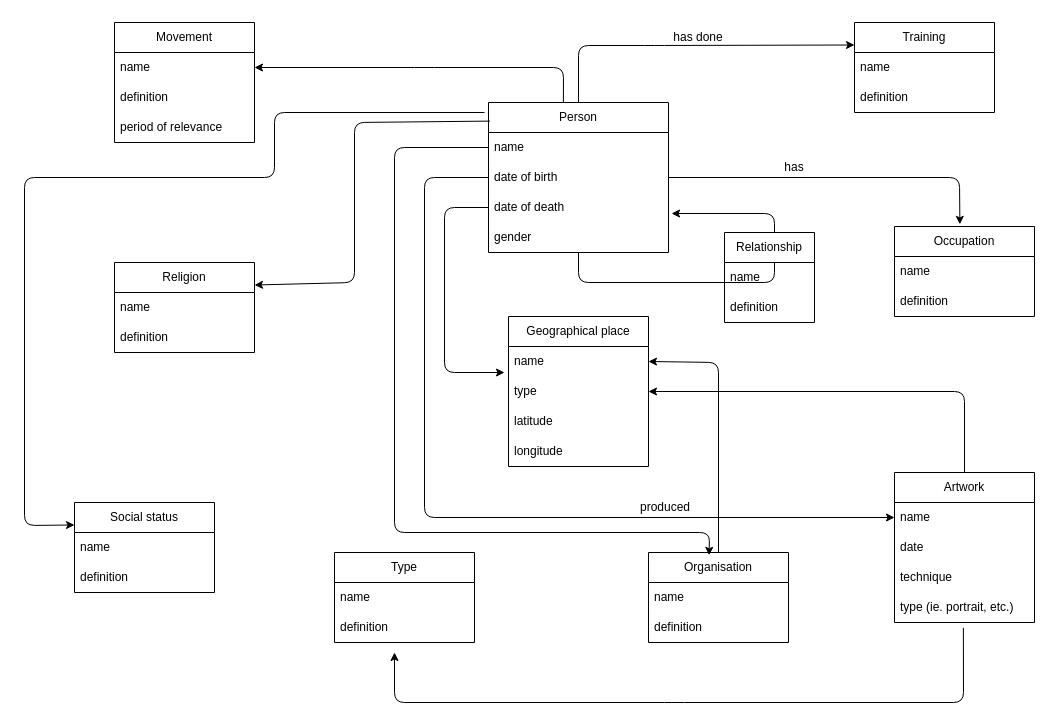
Earlier version of the draw.io diagram test_MCD.drawio (murronj/peintres_17e). Source tidied: cells renumbered, new cells numbered last; positions are measured from the earlier drawing's top-left corner, leaving out a move shared by most shapes. Both pictures are drawn from the tidied source at 100%, with x=0, y=0 at pixel (24, 22).
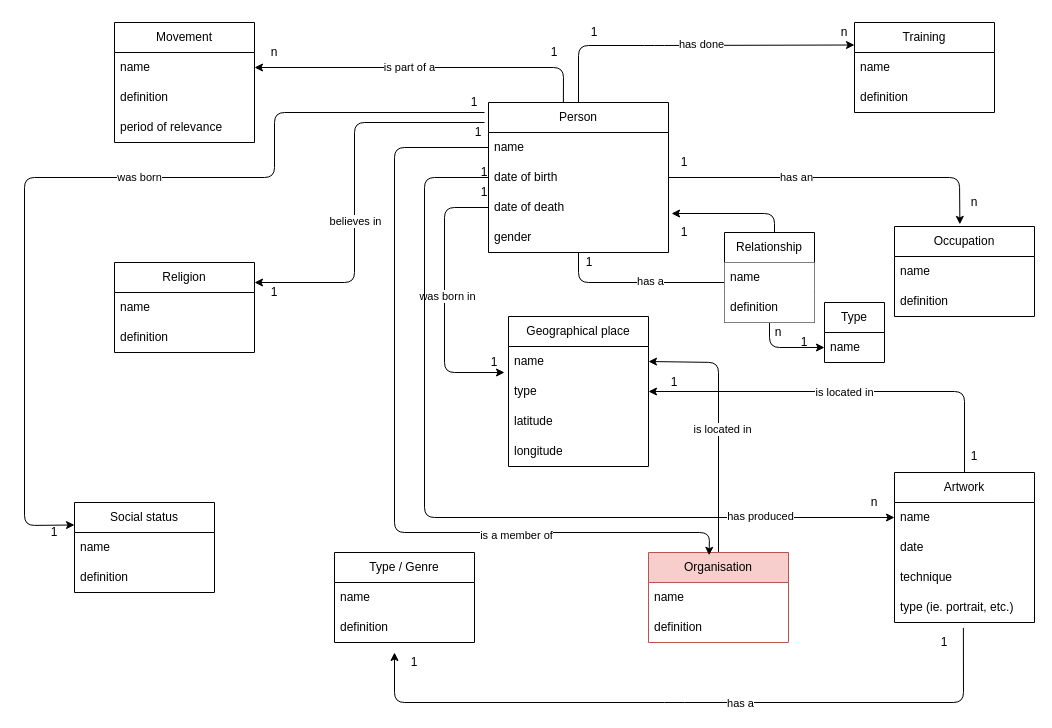
After the change.

Commit message (it also covers changes not shown here):
Modification du MCD and de la documentation du MCD

Unchanged cells that the change refers to:
```xml
<mxCell id="2" style="edgeStyle=none;html=1;entryX=0;entryY=0.25;entryDx=0;entryDy=0;" parent="1" edge="1" source="5" target="18">
  <mxGeometry relative="1" as="geometry">
    <Array as="points">
      <mxPoint x="554" y="23" />
      <mxPoint x="630" y="23" />
    </Array>
  </mxGeometry>
</mxCell>
<mxCell id="3" style="edgeStyle=none;html=1;entryX=1;entryY=0.5;entryDx=0;entryDy=0;exitX=0.416;exitY=-0.003;exitDx=0;exitDy=0;exitPerimeter=0;" parent="1" edge="1" source="5" target="25">
  <mxGeometry relative="1" as="geometry">
    <Array as="points">
      <mxPoint x="539" y="45" />
      <mxPoint x="400" y="45" />
    </Array>
  </mxGeometry>
</mxCell>
<mxCell id="4" style="edgeStyle=none;html=1;entryX=0;entryY=0.25;entryDx=0;entryDy=0;" parent="1" edge="1" target="21">
  <mxGeometry relative="1" as="geometry">
    <mxPoint x="460" y="90" as="sourcePoint" />
    <Array as="points">
      <mxPoint x="250" y="90" />
      <mxPoint x="250" y="155" />
      <mxPoint y="155" />
      <mxPoint y="503" />
    </Array>
  </mxGeometry>
</mxCell>
<mxCell id="5" value="Person" style="swimlane;fontStyle=0;horizontal=1;startSize=30;whiteSpace=wrap;html=1;" parent="1" vertex="1">
  <mxGeometry x="464" y="80" width="180" height="150" as="geometry" />
</mxCell>
<mxCell id="6" value="name" style="text;strokeColor=none;fillColor=none;align=left;verticalAlign=middle;spacingLeft=4;spacingRight=4;overflow=hidden;points=[[0,0.5],[1,0.5]];portConstraint=eastwest;whiteSpace=wrap;html=1;" parent="5" vertex="1">
  <mxGeometry y="30" width="180" height="30" as="geometry" />
</mxCell>
<mxCell id="7" value="date of birth" style="text;strokeColor=none;fillColor=none;align=left;verticalAlign=middle;spacingLeft=4;spacingRight=4;overflow=hidden;points=[[0,0.5],[1,0.5]];portConstraint=eastwest;whiteSpace=wrap;html=1;" parent="5" vertex="1">
  <mxGeometry y="60" width="180" height="30" as="geometry" />
</mxCell>
<mxCell id="8" style="edgeStyle=none;html=1;" parent="5" edge="1" source="9">
  <mxGeometry relative="1" as="geometry">
    <mxPoint x="16" y="270" as="targetPoint" />
    <Array as="points">
      <mxPoint x="-44" y="105" />
      <mxPoint x="-44" y="270" />
    </Array>
  </mxGeometry>
</mxCell>
<mxCell id="11" style="edgeStyle=none;html=1;entryX=1.017;entryY=0.7;entryDx=0;entryDy=0;entryPerimeter=0;" parent="5" edge="1" source="5" target="9">
  <mxGeometry relative="1" as="geometry">
    <Array as="points">
      <mxPoint x="90" y="180" />
      <mxPoint x="286" y="180" />
      <mxPoint x="286" y="111" />
    </Array>
  </mxGeometry>
</mxCell>
<mxCell id="12" value="Religion" style="swimlane;fontStyle=0;horizontal=1;startSize=30;whiteSpace=wrap;html=1;" parent="1" vertex="1">
  <mxGeometry x="90" y="240" width="140" height="90" as="geometry" />
</mxCell>
<mxCell id="28" style="edgeStyle=none;html=1;exitX=0.492;exitY=1.178;exitDx=0;exitDy=0;exitPerimeter=0;" parent="1" edge="1" source="34">
  <mxGeometry relative="1" as="geometry">
    <mxPoint x="370" y="630" as="targetPoint" />
    <Array as="points">
      <mxPoint x="939" y="680" />
      <mxPoint x="650" y="680" />
      <mxPoint x="370" y="680" />
    </Array>
  </mxGeometry>
</mxCell>
<mxCell id="29" style="edgeStyle=none;html=1;entryX=1;entryY=0.5;entryDx=0;entryDy=0;" parent="1" edge="1" source="30" target="37">
  <mxGeometry relative="1" as="geometry">
    <Array as="points">
      <mxPoint x="940" y="369" />
    </Array>
  </mxGeometry>
</mxCell>
<mxCell id="31" value="name" style="text;strokeColor=none;fillColor=none;align=left;verticalAlign=middle;spacingLeft=4;spacingRight=4;overflow=hidden;points=[[0,0.5],[1,0.5]];portConstraint=eastwest;whiteSpace=wrap;html=1;" parent="30" vertex="1">
  <mxGeometry y="30" width="140" height="30" as="geometry" />
</mxCell>
<mxCell id="43" style="edgeStyle=none;html=1;entryX=1;entryY=0.5;entryDx=0;entryDy=0;" parent="1" edge="1" source="44" target="36">
  <mxGeometry relative="1" as="geometry">
    <Array as="points">
      <mxPoint x="694" y="340" />
    </Array>
  </mxGeometry>
</mxCell>
<mxCell id="48" style="edgeStyle=none;html=1;entryX=0.467;entryY=-0.024;entryDx=0;entryDy=0;entryPerimeter=0;exitX=1;exitY=0.5;exitDx=0;exitDy=0;" parent="1" edge="1" source="7" target="15">
  <mxGeometry relative="1" as="geometry">
    <Array as="points">
      <mxPoint x="935" y="155" />
    </Array>
  </mxGeometry>
</mxCell>
```

Change to the diagram source:
```diff
@@
+    <mxCell id="47" value="has done" style="edgeLabel;html=1;align=center;verticalAlign=middle;" parent="2" vertex="1">
+      <mxGeometry x="0.08" y="1" relative="1" as="geometry" />
+    </mxCell>
@@
+    <mxCell id="57" value="is part of a" style="edgeLabel;html=1;align=center;verticalAlign=middle;" parent="3" vertex="1">
+      <mxGeometry x="0.1" y="-1" relative="1" as="geometry" />
+    </mxCell>
@@
+    <mxCell id="58" value="was born" style="edgeLabel;html=1;align=center;verticalAlign=middle;" parent="4" vertex="1">
+      <mxGeometry x="-0.11" y="-1" relative="1" as="geometry" />
+    </mxCell>
@@
+    <mxCell id="59" value="was born in" style="edgeLabel;html=1;align=center;verticalAlign=middle;" parent="8" vertex="1">
+      <mxGeometry x="-0.02" y="2" relative="1" as="geometry" />
+    </mxCell>
@@
+    <mxCell id="60" value="has a" style="edgeLabel;html=1;align=center;verticalAlign=middle;" parent="11" vertex="1">
+      <mxGeometry x="-0.49" y="2" relative="1" as="geometry" />
+    </mxCell>
@@
+    <mxCell id="61" value="has a" style="edgeLabel;html=1;align=center;verticalAlign=middle;" parent="28" vertex="1">
+      <mxGeometry x="-0.14" relative="1" as="geometry" />
+    </mxCell>
@@
+    <mxCell id="62" value="is located in" style="edgeLabel;html=1;align=center;verticalAlign=middle;" parent="29" vertex="1">
+      <mxGeometry x="0.02" relative="1" as="geometry" />
+    </mxCell>
@@
-    <mxCell id="40" value="Type" style="swimlane;fontStyle=0;horizontal=1;startSize=30;whiteSpace=wrap;html=1;" parent="1" vertex="1">
+    <mxCell id="40" value="Type / Genre" style="swimlane;fontStyle=0;horizontal=1;startSize=30;whiteSpace=wrap;html=1;" parent="1" vertex="1">
       <mxGeometry x="310" y="530" width="140" height="90" as="geometry" />
     </mxCell>
@@
+    <mxCell id="63" value="is located in" style="edgeLabel;html=1;align=center;verticalAlign=middle;" parent="43" vertex="1">
+      <mxGeometry x="-0.05" y="-3" relative="1" as="geometry" />
+    </mxCell>
-    <mxCell id="44" value="Organisation" style="swimlane;fontStyle=0;horizontal=1;startSize=30;whiteSpace=wrap;html=1;" parent="1" vertex="1">
+    <mxCell id="44" value="Organisation" style="swimlane;fontStyle=0;horizontal=1;startSize=30;whiteSpace=wrap;html=1;fillColor=#f8cecc;strokeColor=#b85450;" parent="1" vertex="1">
       <mxGeometry x="624" y="530" width="140" height="90" as="geometry" />
     </mxCell>
@@
-    <mxCell id="47" value="has done" style="text;html=1;align=center;verticalAlign=middle;whiteSpace=wrap;rounded=0;" parent="1" vertex="1">
-      <mxGeometry x="644" width="60" height="30" as="geometry" />
-    </mxCell>
@@
-    <mxCell id="49" value="has" style="text;html=1;align=center;verticalAlign=middle;whiteSpace=wrap;rounded=0;" parent="1" vertex="1">
-      <mxGeometry x="740" y="130" width="60" height="30" as="geometry" />
-    </mxCell>
+    <mxCell id="64" value="has an" style="edgeLabel;html=1;align=center;verticalAlign=middle;" parent="48" vertex="1">
+      <mxGeometry x="-0.25" y="1" relative="1" as="geometry" />
+    </mxCell>
+    <mxCell id="53" style="edgeStyle=none;html=1;entryX=0;entryY=0.5;entryDx=0;entryDy=0;" parent="1" edge="1" source="7" target="31">
+      <mxGeometry relative="1" as="geometry">
+        <Array as="points">
+          <mxPoint x="400" y="155" />
+          <mxPoint x="400" y="495" />
+        </Array>
+      </mxGeometry>
+    </mxCell>
+    <mxCell id="65" value="has produced" style="edgeLabel;html=1;align=center;verticalAlign=middle;" parent="53" vertex="1">
+      <mxGeometry x="0.69" y="2" relative="1" as="geometry" />
+    </mxCell>
+    <mxCell id="55" style="edgeStyle=none;html=1;entryX=0.433;entryY=0.031;entryDx=0;entryDy=0;entryPerimeter=0;" parent="1" edge="1" source="6" target="44">
+      <mxGeometry relative="1" as="geometry">
+        <Array as="points">
+          <mxPoint x="370" y="125" />
+          <mxPoint x="370" y="510" />
+          <mxPoint x="685" y="510" />
+        </Array>
+      </mxGeometry>
+    </mxCell>
+    <mxCell id="66" value="is a member of" style="edgeLabel;html=1;align=center;verticalAlign=middle;" parent="55" vertex="1">
+      <mxGeometry x="0.47" y="-2" relative="1" as="geometry" />
+    </mxCell>
+    <mxCell id="56" style="edgeStyle=none;html=1;" parent="1" edge="1">
+      <mxGeometry relative="1" as="geometry">
+        <mxPoint x="460" y="100" as="sourcePoint" />
+        <mxPoint x="230" y="260" as="targetPoint" />
+        <Array as="points">
+          <mxPoint x="330" y="100" />
+          <mxPoint x="330" y="260" />
+        </Array>
+      </mxGeometry>
+    </mxCell>
+    <mxCell id="67" value="believes in" style="edgeLabel;html=1;align=center;verticalAlign=middle;" parent="56" vertex="1">
+      <mxGeometry x="0.17" relative="1" as="geometry" />
+    </mxCell>
+    <mxCell id="68" style="edgeStyle=none;html=1;entryX=0;entryY=0.5;entryDx=0;entryDy=0;" parent="1" edge="1" source="50" target="70">
+      <mxGeometry relative="1" as="geometry">
+        <Array as="points">
+          <mxPoint x="745" y="325" />
+        </Array>
+      </mxGeometry>
+    </mxCell>
-    <mxCell id="50" value="Relationship" style="swimlane;fontStyle=0;horizontal=1;startSize=30;whiteSpace=wrap;html=1;" parent="1" vertex="1">
+    <mxCell id="50" value="Relationship" style="swimlane;fontStyle=0;horizontal=1;startSize=30;whiteSpace=wrap;html=1;glass=0;fillStyle=auto;rounded=0;swimlaneLine=1;strokeWidth=1;" parent="1" vertex="1">
       <mxGeometry x="700" y="210" width="90" height="90" as="geometry" />
     </mxCell>
-    <mxCell id="51" value="name" style="text;strokeColor=none;fillColor=none;align=left;verticalAlign=middle;spacingLeft=4;spacingRight=4;overflow=hidden;whiteSpace=wrap;html=1;" parent="50" vertex="1">
+    <mxCell id="51" value="name" style="text;strokeColor=none;fillColor=default;align=left;verticalAlign=middle;spacingLeft=4;spacingRight=4;overflow=hidden;whiteSpace=wrap;html=1;rounded=0;" parent="50" vertex="1">
       <mxGeometry y="30" width="90" height="30" as="geometry" />
     </mxCell>
-    <mxCell id="52" value="definition" style="text;strokeColor=none;fillColor=none;align=left;verticalAlign=middle;spacingLeft=4;spacingRight=4;overflow=hidden;whiteSpace=wrap;html=1;" parent="50" vertex="1">
+    <mxCell id="52" value="definition" style="text;strokeColor=none;fillColor=default;align=left;verticalAlign=middle;spacingLeft=4;spacingRight=4;overflow=hidden;whiteSpace=wrap;html=1;rounded=0;" parent="50" vertex="1">
       <mxGeometry y="60" width="90" height="30" as="geometry" />
     </mxCell>
-    <mxCell id="53" style="edgeStyle=none;html=1;entryX=0;entryY=0.5;entryDx=0;entryDy=0;" parent="1" edge="1" source="7" target="31">
-      <mxGeometry relative="1" as="geometry">
-        <Array as="points">
-          <mxPoint x="400" y="155" />
-          <mxPoint x="400" y="495" />
-        </Array>
-      </mxGeometry>
-    </mxCell>
-    <mxCell id="54" value="produced" style="text;strokeColor=none;fillColor=none;align=left;verticalAlign=middle;spacingLeft=4;spacingRight=4;overflow=hidden;whiteSpace=wrap;html=1;" parent="1" vertex="1">
-      <mxGeometry x="610" y="470" width="80" height="30" as="geometry" />
-    </mxCell>
-    <mxCell id="55" style="edgeStyle=none;html=1;entryX=0.433;entryY=0.031;entryDx=0;entryDy=0;entryPerimeter=0;" parent="1" edge="1" source="6" target="44">
-      <mxGeometry relative="1" as="geometry">
-        <Array as="points">
-          <mxPoint x="370" y="125" />
-          <mxPoint x="370" y="510" />
-          <mxPoint x="685" y="510" />
-        </Array>
-      </mxGeometry>
-    </mxCell>
-    <mxCell id="56" style="edgeStyle=none;html=1;entryX=1;entryY=0.25;entryDx=0;entryDy=0;exitX=0.008;exitY=0.124;exitDx=0;exitDy=0;exitPerimeter=0;" parent="1" edge="1" source="5" target="12">
-      <mxGeometry relative="1" as="geometry">
-        <Array as="points">
-          <mxPoint x="330" y="100" />
-          <mxPoint x="330" y="260" />
-        </Array>
-      </mxGeometry>
-    </mxCell>
+    <mxCell id="69" value="Type" style="swimlane;fontStyle=0;horizontal=1;startSize=30;whiteSpace=wrap;html=1;" parent="1" vertex="1">
+      <mxGeometry x="800" y="280" width="60" height="60" as="geometry" />
+    </mxCell>
+    <mxCell id="70" value="name" style="text;strokeColor=none;fillColor=none;align=left;verticalAlign=middle;spacingLeft=4;spacingRight=4;overflow=hidden;points=[[0,0.5],[1,0.5]];portConstraint=eastwest;whiteSpace=wrap;html=1;" parent="69" vertex="1">
+      <mxGeometry y="30" width="60" height="30" as="geometry" />
+    </mxCell>
+    <mxCell id="71" value="n" style="text;html=1;align=center;verticalAlign=middle;whiteSpace=wrap;rounded=0;" parent="1" vertex="1">
+      <mxGeometry x="744" y="300" width="20" height="20" as="geometry" />
+    </mxCell>
+    <mxCell id="72" value="n" style="text;html=1;align=center;verticalAlign=middle;whiteSpace=wrap;rounded=0;" parent="1" vertex="1">
+      <mxGeometry x="840" y="470" width="20" height="20" as="geometry" />
+    </mxCell>
+    <mxCell id="73" value="n" style="text;html=1;align=center;verticalAlign=middle;whiteSpace=wrap;rounded=0;" parent="1" vertex="1">
+      <mxGeometry x="240" y="20" width="20" height="20" as="geometry" />
+    </mxCell>
+    <mxCell id="74" value="n" style="text;html=1;align=center;verticalAlign=middle;whiteSpace=wrap;rounded=0;" parent="1" vertex="1">
+      <mxGeometry x="810" width="20" height="20" as="geometry" />
+    </mxCell>
+    <mxCell id="75" value="n" style="text;html=1;align=center;verticalAlign=middle;whiteSpace=wrap;rounded=0;" parent="1" vertex="1">
+      <mxGeometry x="940" y="170" width="20" height="20" as="geometry" />
+    </mxCell>
+    <mxCell id="76" value="1" style="text;html=1;align=center;verticalAlign=middle;whiteSpace=wrap;rounded=0;" parent="1" vertex="1">
+      <mxGeometry x="520" y="20" width="20" height="20" as="geometry" />
+    </mxCell>
+    <mxCell id="77" value="1" style="text;html=1;align=center;verticalAlign=middle;whiteSpace=wrap;rounded=0;" parent="1" vertex="1">
+      <mxGeometry x="560" y="-5" width="20" height="30" as="geometry" />
+    </mxCell>
+    <mxCell id="78" value="1" style="text;html=1;align=center;verticalAlign=middle;whiteSpace=wrap;rounded=0;" parent="1" vertex="1">
+      <mxGeometry x="650" y="130" width="20" height="20" as="geometry" />
+    </mxCell>
+    <mxCell id="79" value="1" style="text;html=1;align=center;verticalAlign=middle;whiteSpace=wrap;rounded=0;" parent="1" vertex="1">
+      <mxGeometry x="555" y="230" width="20" height="20" as="geometry" />
+    </mxCell>
+    <mxCell id="80" value="1" style="text;html=1;align=center;verticalAlign=middle;whiteSpace=wrap;rounded=0;" parent="1" vertex="1">
+      <mxGeometry x="650" y="200" width="20" height="20" as="geometry" />
+    </mxCell>
+    <mxCell id="81" value="1" style="text;html=1;align=center;verticalAlign=middle;whiteSpace=wrap;rounded=0;" parent="1" vertex="1">
+      <mxGeometry x="770" y="310" width="20" height="20" as="geometry" />
+    </mxCell>
+    <mxCell id="82" value="1" style="text;html=1;align=center;verticalAlign=middle;whiteSpace=wrap;rounded=0;" parent="1" vertex="1">
+      <mxGeometry x="940" y="424" width="20" height="20" as="geometry" />
+    </mxCell>
+    <mxCell id="83" value="1" style="text;html=1;align=center;verticalAlign=middle;whiteSpace=wrap;rounded=0;" parent="1" vertex="1">
+      <mxGeometry x="640" y="350" width="20" height="20" as="geometry" />
+    </mxCell>
+    <mxCell id="84" value="1" style="text;html=1;align=center;verticalAlign=middle;whiteSpace=wrap;rounded=0;" parent="1" vertex="1">
+      <mxGeometry x="450" y="140" width="20" height="20" as="geometry" />
+    </mxCell>
+    <mxCell id="85" value="1" style="text;html=1;align=center;verticalAlign=middle;whiteSpace=wrap;rounded=0;" parent="1" vertex="1">
+      <mxGeometry x="450" y="160" width="20" height="20" as="geometry" />
+    </mxCell>
+    <mxCell id="86" value="1" style="text;html=1;align=center;verticalAlign=middle;whiteSpace=wrap;rounded=0;" parent="1" vertex="1">
+      <mxGeometry x="460" y="330" width="20" height="20" as="geometry" />
+    </mxCell>
+    <mxCell id="87" value="1" style="text;html=1;align=center;verticalAlign=middle;whiteSpace=wrap;rounded=0;" parent="1" vertex="1">
+      <mxGeometry x="444" y="100" width="20" height="20" as="geometry" />
+    </mxCell>
+    <mxCell id="88" value="1" style="text;html=1;align=center;verticalAlign=middle;whiteSpace=wrap;rounded=0;" parent="1" vertex="1">
+      <mxGeometry x="240" y="260" width="20" height="20" as="geometry" />
+    </mxCell>
+    <mxCell id="89" value="1" style="text;html=1;align=center;verticalAlign=middle;whiteSpace=wrap;rounded=0;" parent="1" vertex="1">
+      <mxGeometry x="910" y="610" width="20" height="20" as="geometry" />
+    </mxCell>
+    <mxCell id="90" value="1" style="text;html=1;align=center;verticalAlign=middle;whiteSpace=wrap;rounded=0;" parent="1" vertex="1">
+      <mxGeometry x="380" y="630" width="20" height="20" as="geometry" />
+    </mxCell>
+    <mxCell id="91" value="1" style="text;html=1;align=center;verticalAlign=middle;whiteSpace=wrap;rounded=0;" parent="1" vertex="1">
+      <mxGeometry x="440" y="70" width="20" height="20" as="geometry" />
+    </mxCell>
+    <mxCell id="92" value="1" style="text;html=1;align=center;verticalAlign=middle;whiteSpace=wrap;rounded=0;" parent="1" vertex="1">
+      <mxGeometry x="20" y="500" width="20" height="20" as="geometry" />
+    </mxCell>
```
